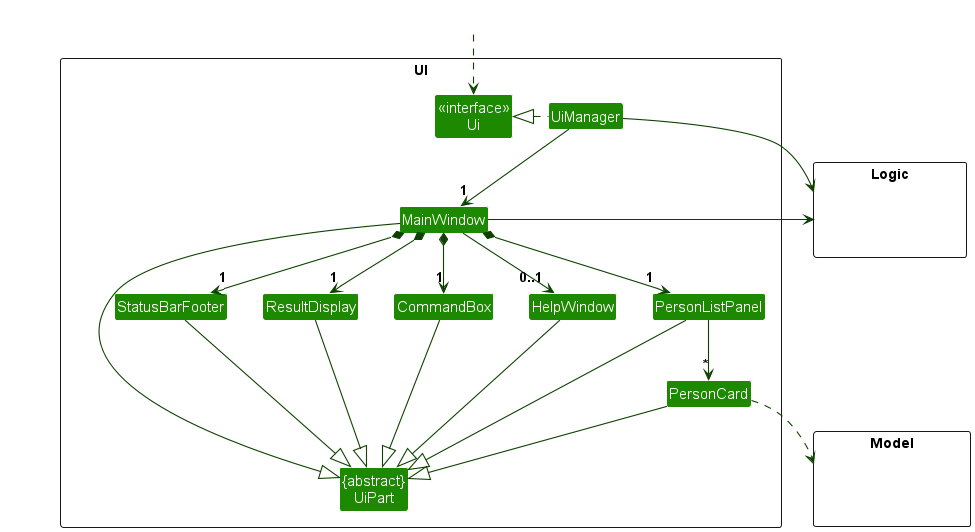
Before: docs/images/UiClassDiagram.png, a diagram exported from PlantUML (nus-cs2103-AY2324S2/tp).
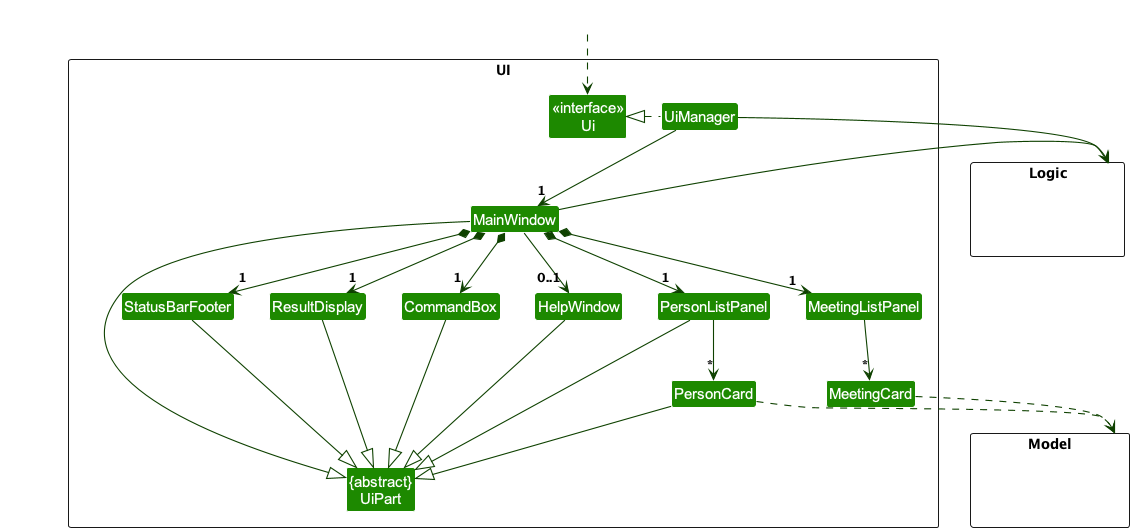
Later version of the same file.

What changed in the source:
```diff
@@ -15,6 +15,8 @@
 Class PersonCard
 Class StatusBarFooter
 Class CommandBox
+Class MeetingListPanel
+Class MeetingCard
 }
 
 package Model <<Rectangle>> {
@@ -33,10 +35,12 @@
 MainWindow *-down->  "1" CommandBox
 MainWindow *-down-> "1" ResultDisplay
 MainWindow *-down-> "1" PersonListPanel
+MainWindow *-down-> "1" MeetingListPanel
 MainWindow *-down-> "1" StatusBarFooter
 MainWindow --> "0..1" HelpWindow
 
 PersonListPanel -down-> "*" PersonCard
+MeetingListPanel -down-> "*" MeetingCard
 
 MainWindow -left-|> UiPart
 
@@ -48,6 +52,7 @@
 HelpWindow --|> UiPart
 
 PersonCard ..> Model
+MeetingCard ..> Model
 UiManager -right-> Logic
 MainWindow -left-> Logic
 
```
